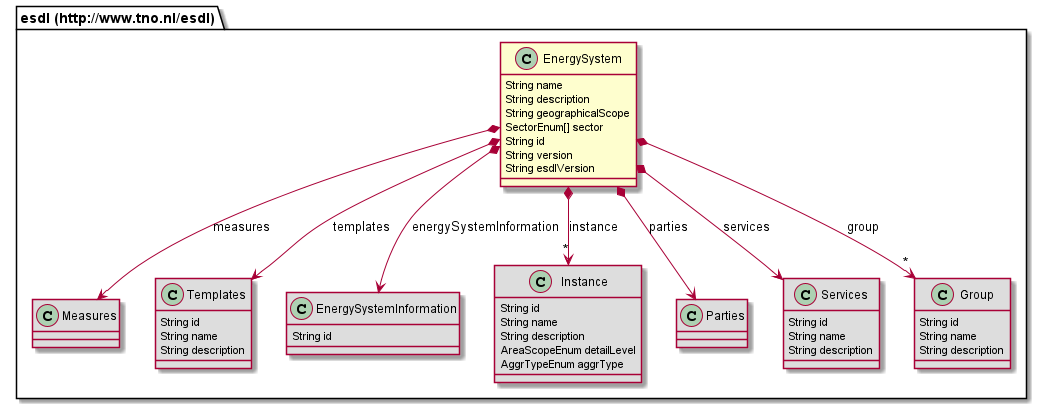
Before: 687474703a2f2f7777772e746e6f2e6e6c2f6573646c/EnergySystem.png, a diagram exported from PlantUML (EnergyTransition/energytransition.github.io).
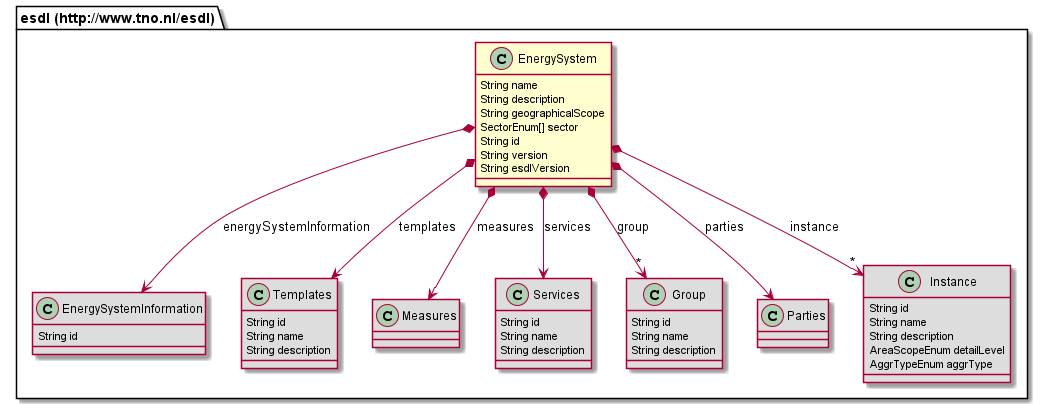
After the commit.

What changed in the source:
```diff
@@ -8,24 +8,15 @@
 	String version
 	String esdlVersion
 }
-class "esdl (http://www.tno.nl/esdl).Measures" [[#router/doc-content/687474703a2f2f7777772e746e6f2e6e6c2f6573646c/Measures.html{Collection of measures that can be applied to an energy system}]] #DDDDDD {
+class "esdl (http://www.tno.nl/esdl).EnergySystemInformation" [[#router/doc-content/687474703a2f2f7777772e746e6f2e6e6c2f6573646c/EnergySystemInformation.html{Describes reusable information of the energy system, that other classes can refer to in this energy system, such as carriers, profiles, data sources, quantity and units.}]] #DDDDDD {
+	String id
 }
 class "esdl (http://www.tno.nl/esdl).Templates" [[#router/doc-content/687474703a2f2f7777772e746e6f2e6e6c2f6573646c/Templates.html{Collection of templates, e.g. asset templates.}]] #DDDDDD {
 	String id
 	String name
 	String description
 }
-class "esdl (http://www.tno.nl/esdl).EnergySystemInformation" [[#router/doc-content/687474703a2f2f7777772e746e6f2e6e6c2f6573646c/EnergySystemInformation.html{Describes reusable information of the energy system, that other classes can refer to in this energy system, such as carriers, profiles, data sources, quantity and units.}]] #DDDDDD {
-	String id
-}
-class "esdl (http://www.tno.nl/esdl).Instance" [[#router/doc-content/687474703a2f2f7777772e746e6f2e6e6c2f6573646c/Instance.html{Instances are used to represent different representations of the same EnergySystem. }]] #DDDDDD {
-	String id
-	String name
-	String description
-	AreaScopeEnum detailLevel
-	AggrTypeEnum aggrType
-}
-class "esdl (http://www.tno.nl/esdl).Parties" [[#router/doc-content/687474703a2f2f7777772e746e6f2e6e6c2f6573646c/Parties.html{Container for parties that have a role in the energy system}]] #DDDDDD {
+class "esdl (http://www.tno.nl/esdl).Measures" [[#router/doc-content/687474703a2f2f7777772e746e6f2e6e6c2f6573646c/Measures.html{Collection of measures that can be applied to an energy system}]] #DDDDDD {
 }
 class "esdl (http://www.tno.nl/esdl).Services" [[#router/doc-content/687474703a2f2f7777772e746e6f2e6e6c2f6573646c/Services.html{Defines a collection of logical services used in the energy system, e.g. Demand-Response, Aggregator services, Energy markets and control strategies.}]] #DDDDDD {
 	String id
@@ -37,6 +28,15 @@
 	String name
 	String description
 }
+class "esdl (http://www.tno.nl/esdl).Parties" [[#router/doc-content/687474703a2f2f7777772e746e6f2e6e6c2f6573646c/Parties.html{Container for parties that have a role in the energy system}]] #DDDDDD {
+}
+class "esdl (http://www.tno.nl/esdl).Instance" [[#router/doc-content/687474703a2f2f7777772e746e6f2e6e6c2f6573646c/Instance.html{Instances are used to represent different representations of the same EnergySystem. }]] #DDDDDD {
+	String id
+	String name
+	String description
+	AreaScopeEnum detailLevel
+	AggrTypeEnum aggrType
+}
 "esdl (http://www.tno.nl/esdl).EnergySystem" *--> "esdl (http://www.tno.nl/esdl).Measures" : measures
 "esdl (http://www.tno.nl/esdl).EnergySystem" *--> "*" "esdl (http://www.tno.nl/esdl).Instance" : instance
 "esdl (http://www.tno.nl/esdl).EnergySystem" *--> "esdl (http://www.tno.nl/esdl).EnergySystemInformation" : energySystemInformation
```
